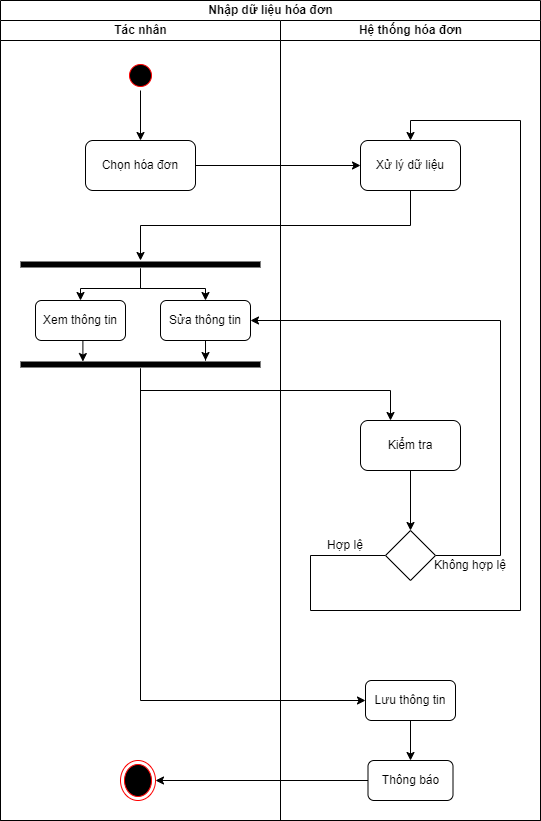
The draw.io diagram Ảnh trong báo cáo/Biểu đồ hoạt động nhập dữ liệu hóa đơn.drawio.png in DuyNguyen2509/BillProcessingApp, before a commit. Source tidied: cells renumbered, new cells last; positions are measured from the earlier drawing's top-left corner, leaving out a move shared by most shapes.
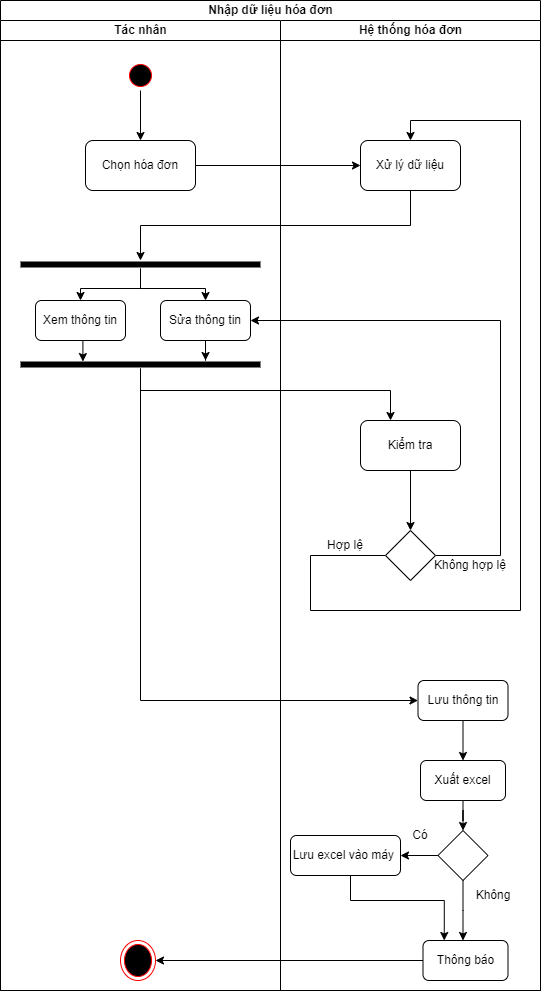
Above is the later version.

What changed in the source:
```diff
@@ -3,10 +3,10 @@
     <mxCell id="0" />
     <mxCell id="1" parent="0" />
     <mxCell id="2" value="Nhập dữ liệu hóa đơn" style="swimlane;startSize=20;html=1;" parent="1" vertex="1">
-      <mxGeometry width="540" height="820" as="geometry" />
+      <mxGeometry width="540" height="990" as="geometry" />
     </mxCell>
     <mxCell id="3" value="Tác nhân" style="swimlane;startSize=20;html=1;" parent="2" vertex="1">
-      <mxGeometry y="20" width="280" height="800" as="geometry" />
+      <mxGeometry y="20" width="280" height="970" as="geometry" />
     </mxCell>
     <mxCell id="4" style="edgeStyle=orthogonalEdgeStyle;rounded=0;jettySize=auto;html=1;" parent="3" edge="1" source="5" target="6">
       <mxGeometry relative="1" as="geometry" />
@@ -56,7 +56,7 @@
       <mxGeometry x="20" y="340" width="240" height="8" as="geometry" />
     </mxCell>
     <mxCell id="15" style="ellipse;html=1;shape=endState;fillColor=#000000;strokeColor=#ff0000;" parent="3" vertex="1">
-      <mxGeometry x="120" y="740" width="35" height="40" as="geometry" />
+      <mxGeometry x="120" y="920" width="35" height="40" as="geometry" />
     </mxCell>
     <mxCell id="16" style="edgeStyle=orthogonalEdgeStyle;rounded=0;orthogonalLoop=1;jettySize=auto;html=1;" parent="3" edge="1">
       <mxGeometry relative="1" as="geometry">
@@ -84,9 +84,6 @@
         </Array>
       </mxGeometry>
     </mxCell>
-    <mxCell id="21" style="edgeStyle=orthogonalEdgeStyle;rounded=0;jettySize=auto;html=1;entryX=1;entryY=0.5;entryDx=0;entryDy=0;" parent="2" edge="1" source="33" target="15">
-      <mxGeometry relative="1" as="geometry" />
-    </mxCell>
     <mxCell id="22" style="edgeStyle=orthogonalEdgeStyle;rounded=0;jettySize=auto;html=1;entryX=1;entryY=0.5;entryDx=0;entryDy=0;" parent="2" edge="1" source="28" target="10">
       <mxGeometry relative="1" as="geometry">
         <Array as="points">
@@ -95,8 +92,11 @@
         </Array>
       </mxGeometry>
     </mxCell>
+    <mxCell id="34" style="edgeStyle=orthogonalEdgeStyle;rounded=0;jettySize=auto;html=1;entryX=1;entryY=0.5;entryDx=0;entryDy=0;" parent="2" edge="1" source="36" target="15">
+      <mxGeometry relative="1" as="geometry" />
+    </mxCell>
     <mxCell id="23" value="Hệ thống hóa đơn" style="swimlane;startSize=20;html=1;" parent="2" vertex="1">
-      <mxGeometry x="280" y="20" width="260" height="800" as="geometry" />
+      <mxGeometry x="280" y="20" width="260" height="970" as="geometry" />
     </mxCell>
     <mxCell id="24" value="Xử lý dữ liệu" style="rounded=1;whiteSpace=wrap;html=1;" parent="23" vertex="1">
       <mxGeometry x="80" y="120" width="100" height="50" as="geometry" />
@@ -131,10 +131,44 @@
       <mxGeometry relative="1" as="geometry" />
     </mxCell>
     <mxCell id="32" value="Lưu thông tin" style="rounded=1;whiteSpace=wrap;html=1;" parent="23" vertex="1">
-      <mxGeometry x="85" y="660" width="90" height="40" as="geometry" />
+      <mxGeometry x="137.5" y="660" width="90" height="40" as="geometry" />
     </mxCell>
+    <mxCell id="35" style="edgeStyle=orthogonalEdgeStyle;rounded=0;jettySize=auto;html=1;" parent="23" edge="1" source="33" target="39">
+      <mxGeometry relative="1" as="geometry" />
+    </mxCell>
-    <mxCell id="33" value="Thông báo" style="rounded=1;whiteSpace=wrap;html=1;" parent="23" vertex="1">
-      <mxGeometry x="87.5" y="740" width="85" height="40" as="geometry" />
+    <mxCell id="33" value="Xuất excel" style="rounded=1;whiteSpace=wrap;html=1;" parent="23" vertex="1">
+      <mxGeometry x="140" y="740" width="85" height="40" as="geometry" />
     </mxCell>
+    <mxCell id="36" value="Thông báo" style="rounded=1;whiteSpace=wrap;html=1;" parent="23" vertex="1">
+      <mxGeometry x="142.5" y="920" width="85" height="40" as="geometry" />
+    </mxCell>
+    <mxCell id="37" style="edgeStyle=orthogonalEdgeStyle;rounded=0;jettySize=auto;html=1;" parent="23" edge="1" source="39">
+      <mxGeometry relative="1" as="geometry">
+        <mxPoint x="182.5" y="920" as="targetPoint" />
+      </mxGeometry>
+    </mxCell>
+    <mxCell id="38" style="edgeStyle=orthogonalEdgeStyle;rounded=0;jettySize=auto;html=1;" parent="23" edge="1" source="39" target="42">
+      <mxGeometry relative="1" as="geometry" />
+    </mxCell>
+    <mxCell id="39" style="rhombus;whiteSpace=wrap;html=1;" parent="23" vertex="1">
+      <mxGeometry x="157.5" y="810" width="50" height="50" as="geometry" />
+    </mxCell>
+    <mxCell id="40" value="Không" style="text;html=1;strokeColor=none;fillColor=none;align=center;verticalAlign=middle;whiteSpace=wrap;rounded=0;" parent="23" vertex="1">
+      <mxGeometry x="182.5" y="860" width="60" height="30" as="geometry" />
+    </mxCell>
+    <mxCell id="41" style="edgeStyle=orthogonalEdgeStyle;rounded=0;jettySize=auto;html=1;entryX=0.25;entryY=0;entryDx=0;entryDy=0;" parent="23" edge="1" source="42" target="36">
+      <mxGeometry relative="1" as="geometry">
+        <Array as="points">
+          <mxPoint x="70" y="880" />
+          <mxPoint x="164" y="880" />
+        </Array>
+      </mxGeometry>
+    </mxCell>
+    <mxCell id="42" value="Lưu excel vào máy&amp;nbsp;" style="rounded=1;whiteSpace=wrap;html=1;" parent="23" vertex="1">
+      <mxGeometry x="10" y="815" width="110" height="40" as="geometry" />
+    </mxCell>
+    <mxCell id="43" value="Có" style="text;html=1;strokeColor=none;fillColor=none;align=center;verticalAlign=middle;whiteSpace=wrap;rounded=0;" parent="23" vertex="1">
+      <mxGeometry x="110" y="800" width="60" height="30" as="geometry" />
+    </mxCell>
   </root>
 </mxGraphModel>
```
